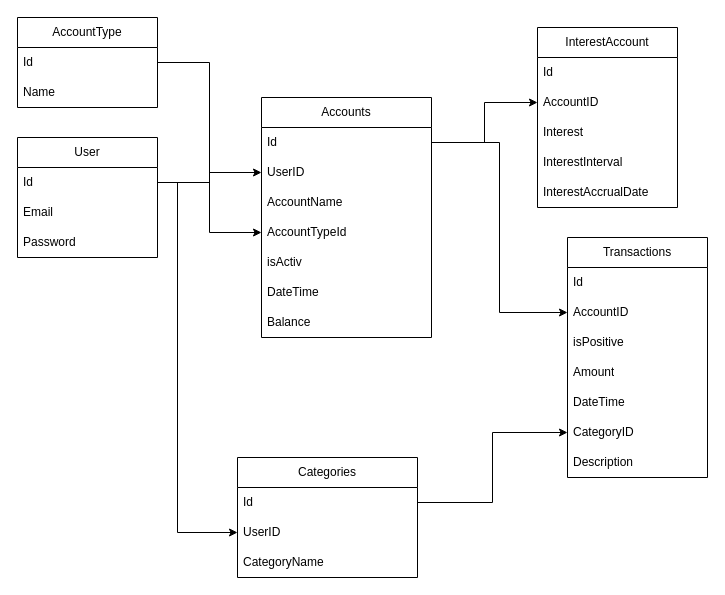
This is FinancialAccountingDB.drawio from Volkov-Serhii/FinancialAccounting, a draw.io file, before an edit. Source tidied: cells renumbered, new cells numbered last; positions are measured from the earlier drawing's top-left corner, leaving out a move shared by most shapes. Both pictures are drawn from the tidied source at 100%, with x=0, y=0 at pixel (17, 17).
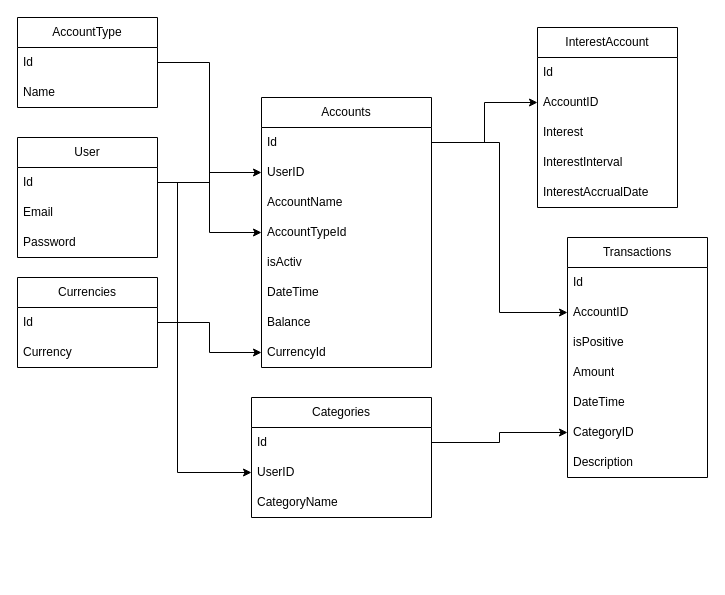
Above is the later version.

The change refers to these unchanged cells:
```xml
<mxCell id="3" value="Id" style="text;strokeColor=none;fillColor=none;align=left;verticalAlign=middle;spacingLeft=4;spacingRight=4;overflow=hidden;points=[[0,0.5],[1,0.5]];portConstraint=eastwest;whiteSpace=wrap;html=1;" parent="2" vertex="1">
  <mxGeometry y="30" width="140" height="30" as="geometry" />
</mxCell>
<mxCell id="26" value="UserID " style="text;strokeColor=none;fillColor=none;align=left;verticalAlign=middle;spacingLeft=4;spacingRight=4;overflow=hidden;points=[[0,0.5],[1,0.5]];portConstraint=eastwest;whiteSpace=wrap;html=1;" parent="24" vertex="1">
  <mxGeometry y="60" width="180" height="30" as="geometry" />
</mxCell>
```

The edit, as a diff of the source:
```diff
@@
     <mxCell id="6" value="Accounts" style="swimlane;fontStyle=0;horizontal=1;startSize=30;whiteSpace=wrap;html=1;" parent="1" vertex="1">
-      <mxGeometry x="244" y="80" width="170" height="240" as="geometry" />
+      <mxGeometry x="244" y="80" width="170" height="270" as="geometry" />
     </mxCell>
@@
+    <mxCell id="41" value="CurrencyId" style="text;strokeColor=none;fillColor=none;align=left;verticalAlign=middle;spacingLeft=4;spacingRight=4;overflow=hidden;points=[[0,0.5],[1,0.5]];portConstraint=eastwest;whiteSpace=wrap;html=1;" parent="6" vertex="1">
+      <mxGeometry y="240" width="170" height="30" as="geometry" />
+    </mxCell>
@@
     <mxCell id="24" value="Categories" style="swimlane;fontStyle=0;horizontal=1;startSize=30;whiteSpace=wrap;html=1;" parent="1" vertex="1">
-      <mxGeometry x="220" y="440" width="180" height="120" as="geometry" />
+      <mxGeometry x="234" y="380" width="180" height="120" as="geometry" />
     </mxCell>
@@
-    <mxCell id="29" style="edgeStyle=orthogonalEdgeStyle;rounded=0;jettySize=auto;html=1;exitX=1;exitY=0.5;exitDx=0;exitDy=0;" parent="1" edge="1" source="3">
+    <mxCell id="29" style="edgeStyle=orthogonalEdgeStyle;rounded=0;jettySize=auto;html=1;exitX=1;exitY=0.5;exitDx=0;exitDy=0;entryX=0;entryY=0.5;entryDx=0;entryDy=0;" parent="1" edge="1" source="3" target="26">
       <mxGeometry relative="1" as="geometry">
-        <mxPoint x="220" y="515" as="targetPoint" />
         <Array as="points">
           <mxPoint x="160" y="165" />
-          <mxPoint x="160" y="515" />
+          <mxPoint x="160" y="455" />
         </Array>
       </mxGeometry>
     </mxCell>
@@
+    <mxCell id="42" value="Currencies" style="swimlane;fontStyle=0;horizontal=1;startSize=30;whiteSpace=wrap;html=1;" parent="1" vertex="1">
+      <mxGeometry y="260" width="140" height="90" as="geometry" />
+    </mxCell>
+    <mxCell id="43" value="Id" style="text;strokeColor=none;fillColor=none;align=left;verticalAlign=middle;spacingLeft=4;spacingRight=4;overflow=hidden;points=[[0,0.5],[1,0.5]];portConstraint=eastwest;whiteSpace=wrap;html=1;" parent="42" vertex="1">
+      <mxGeometry y="30" width="140" height="30" as="geometry" />
+    </mxCell>
+    <mxCell id="44" value="Currency" style="text;strokeColor=none;fillColor=none;align=left;verticalAlign=middle;spacingLeft=4;spacingRight=4;overflow=hidden;whiteSpace=wrap;html=1;" parent="42" vertex="1">
+      <mxGeometry y="60" width="140" height="30" as="geometry" />
+    </mxCell>
+    <mxCell id="45" style="edgeStyle=orthogonalEdgeStyle;rounded=0;jettySize=auto;html=1;exitX=1;exitY=0.5;exitDx=0;exitDy=0;entryX=0;entryY=0.5;entryDx=0;entryDy=0;" parent="1" edge="1" source="43" target="41">
+      <mxGeometry relative="1" as="geometry" />
+    </mxCell>
```
